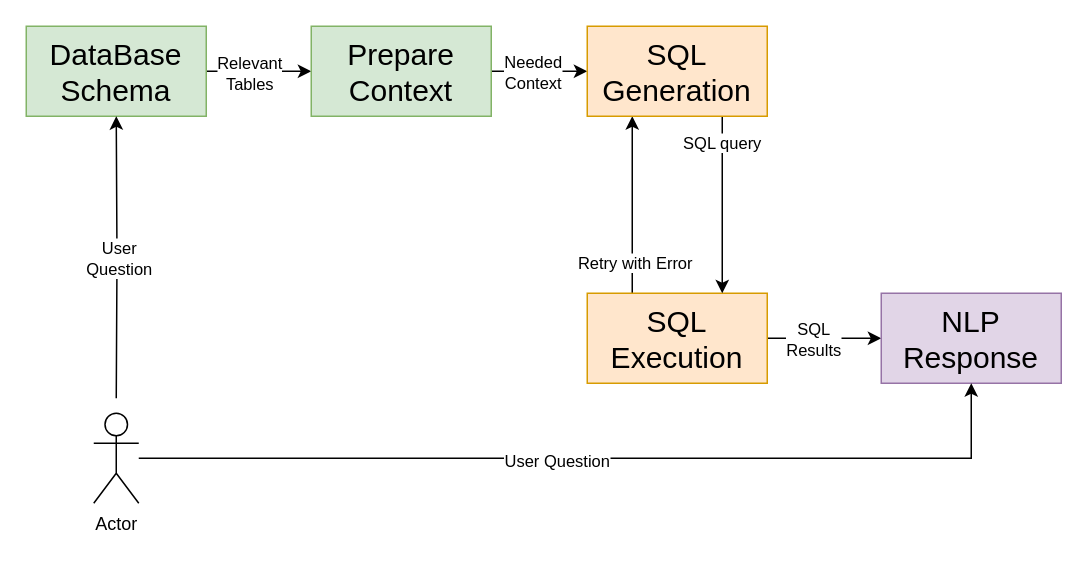
Earlier version of the draw.io diagram page "Page-1" (1 of 2) of design/Untitled Diagram.drawio (ramy-ibrahim-ahmed/Schema-Aware-SQL-Generation). Source tidied: cells renumbered, new cells numbered last; positions are measured from the earlier drawing's top-left corner, leaving out a move shared by most shapes. Both pictures are drawn from the tidied source at 150%, with x=0, y=0 at pixel (26, 26).
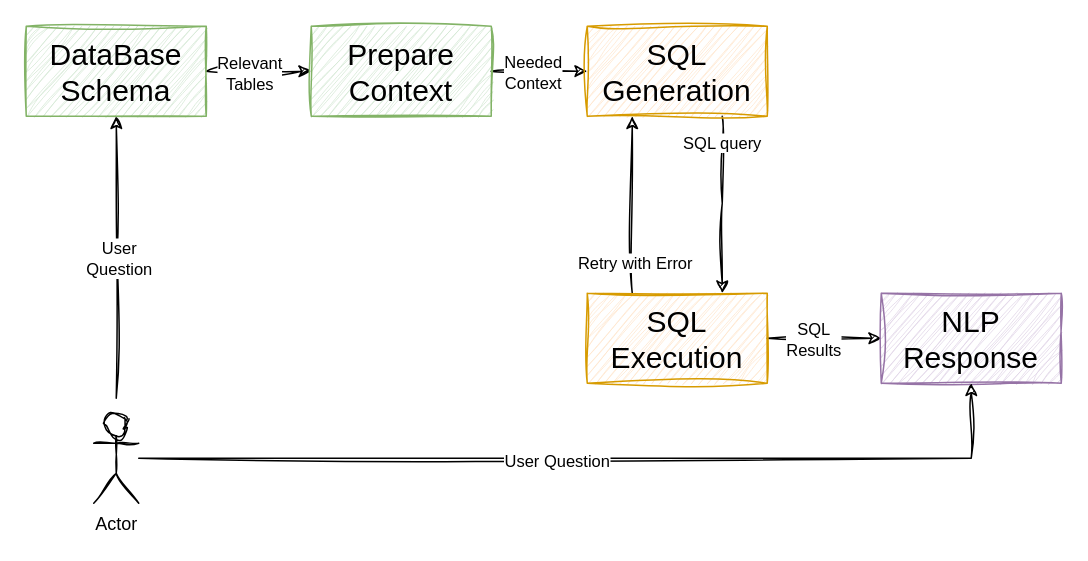
The same page after the edit.

Change to the diagram source:
```diff
@@
-    <mxCell id="2" style="edgeStyle=orthogonalEdgeStyle;rounded=0;jettySize=auto;html=1;exitX=1;exitY=0.5;exitDx=0;exitDy=0;entryX=0;entryY=0.5;entryDx=0;entryDy=0;" parent="1" edge="1" source="4" target="7">
+    <mxCell id="2" style="edgeStyle=orthogonalEdgeStyle;rounded=0;jettySize=auto;html=1;exitX=1;exitY=0.5;exitDx=0;exitDy=0;entryX=0;entryY=0.5;entryDx=0;entryDy=0;sketch=1;curveFitting=1;jiggle=2;" parent="1" edge="1" source="4" target="7">
       <mxGeometry relative="1" as="geometry">
         <Array as="points">
           <mxPoint x="150" y="30" />
           <mxPoint x="150" y="30" />
         </Array>
       </mxGeometry>
     </mxCell>
-    <mxCell id="3" value="Relevant&lt;div&gt;Tables&lt;/div&gt;" style="edgeLabel;html=1;align=center;verticalAlign=middle;" parent="2" vertex="1">
+    <mxCell id="3" value="Relevant&lt;div&gt;Tables&lt;/div&gt;" style="edgeLabel;html=1;align=center;verticalAlign=middle;sketch=1;curveFitting=1;jiggle=2;" parent="2" vertex="1">
       <mxGeometry x="-0.19" y="-1" relative="1" as="geometry" />
     </mxCell>
-    <mxCell id="4" value="&lt;font style=&quot;font-size: 20px;&quot;&gt;DataBase Schema&lt;/font&gt;" style="rounded=0;whiteSpace=wrap;html=1;fillColor=#d5e8d4;strokeColor=#82b366;" parent="1" vertex="1">
+    <mxCell id="4" value="&lt;font style=&quot;font-size: 20px;&quot;&gt;DataBase Schema&lt;/font&gt;" style="rounded=0;whiteSpace=wrap;html=1;fillColor=#d5e8d4;strokeColor=#82b366;sketch=1;curveFitting=1;jiggle=2;" parent="1" vertex="1">
       <mxGeometry width="120" height="60" as="geometry" />
     </mxCell>
-    <mxCell id="5" style="edgeStyle=orthogonalEdgeStyle;rounded=0;jettySize=auto;html=1;exitX=1;exitY=0.5;exitDx=0;exitDy=0;entryX=0;entryY=0.5;entryDx=0;entryDy=0;" parent="1" edge="1" source="7" target="15">
+    <mxCell id="5" style="edgeStyle=orthogonalEdgeStyle;rounded=0;jettySize=auto;html=1;exitX=1;exitY=0.5;exitDx=0;exitDy=0;entryX=0;entryY=0.5;entryDx=0;entryDy=0;sketch=1;curveFitting=1;jiggle=2;" parent="1" edge="1" source="7" target="15">
       <mxGeometry relative="1" as="geometry" />
     </mxCell>
-    <mxCell id="6" value="Needed&lt;div&gt;Context&lt;/div&gt;" style="edgeLabel;html=1;align=center;verticalAlign=middle;" parent="5" vertex="1">
+    <mxCell id="6" value="Needed&lt;div&gt;Context&lt;/div&gt;" style="edgeLabel;html=1;align=center;verticalAlign=middle;sketch=1;curveFitting=1;jiggle=2;" parent="5" vertex="1">
       <mxGeometry x="-0.17" relative="1" as="geometry" />
     </mxCell>
-    <mxCell id="7" value="&lt;font style=&quot;font-size: 20px;&quot;&gt;Prepare Context&lt;/font&gt;" style="rounded=0;whiteSpace=wrap;html=1;fillColor=#d5e8d4;strokeColor=#82b366;" parent="1" vertex="1">
+    <mxCell id="7" value="&lt;font style=&quot;font-size: 20px;&quot;&gt;Prepare Context&lt;/font&gt;" style="rounded=0;whiteSpace=wrap;html=1;fillColor=#d5e8d4;strokeColor=#82b366;sketch=1;curveFitting=1;jiggle=2;" parent="1" vertex="1">
       <mxGeometry x="190" width="120" height="60" as="geometry" />
     </mxCell>
-    <mxCell id="8" style="edgeStyle=orthogonalEdgeStyle;rounded=0;jettySize=auto;html=1;exitX=0.25;exitY=0;exitDx=0;exitDy=0;entryX=0.25;entryY=1;entryDx=0;entryDy=0;" parent="1" edge="1" source="12" target="15">
+    <mxCell id="8" style="edgeStyle=orthogonalEdgeStyle;rounded=0;jettySize=auto;html=1;exitX=0.25;exitY=0;exitDx=0;exitDy=0;entryX=0.25;entryY=1;entryDx=0;entryDy=0;sketch=1;curveFitting=1;jiggle=2;" parent="1" edge="1" source="12" target="15">
       <mxGeometry relative="1" as="geometry" />
     </mxCell>
-    <mxCell id="9" value="Retry with Error" style="edgeLabel;html=1;align=center;verticalAlign=middle;" parent="8" vertex="1">
+    <mxCell id="9" value="Retry with Error" style="edgeLabel;html=1;align=center;verticalAlign=middle;sketch=1;curveFitting=1;jiggle=2;" parent="8" vertex="1">
       <mxGeometry x="0.06" y="-1" relative="1" as="geometry">
         <mxPoint y="42" as="offset" />
       </mxGeometry>
     </mxCell>
-    <mxCell id="10" style="edgeStyle=orthogonalEdgeStyle;rounded=0;jettySize=auto;html=1;entryX=0;entryY=0.5;entryDx=0;entryDy=0;" parent="1" edge="1" source="12" target="16">
+    <mxCell id="10" style="edgeStyle=orthogonalEdgeStyle;rounded=0;jettySize=auto;html=1;entryX=0;entryY=0.5;entryDx=0;entryDy=0;sketch=1;curveFitting=1;jiggle=2;" parent="1" edge="1" source="12" target="16">
       <mxGeometry relative="1" as="geometry" />
     </mxCell>
-    <mxCell id="11" value="SQL&lt;div&gt;Results&lt;/div&gt;" style="edgeLabel;html=1;align=center;verticalAlign=middle;" parent="10" vertex="1">
+    <mxCell id="11" value="SQL&lt;div&gt;Results&lt;/div&gt;" style="edgeLabel;html=1;align=center;verticalAlign=middle;sketch=1;curveFitting=1;jiggle=2;" parent="10" vertex="1">
       <mxGeometry x="-0.2" relative="1" as="geometry" />
     </mxCell>
-    <mxCell id="12" value="&lt;span style=&quot;font-size: 20px;&quot;&gt;SQL Execution&lt;/span&gt;" style="rounded=0;whiteSpace=wrap;html=1;fillColor=#ffe6cc;strokeColor=#d79b00;" parent="1" vertex="1">
+    <mxCell id="12" value="&lt;span style=&quot;font-size: 20px;&quot;&gt;SQL Execution&lt;/span&gt;" style="rounded=0;whiteSpace=wrap;html=1;fillColor=#ffe6cc;strokeColor=#d79b00;sketch=1;curveFitting=1;jiggle=2;" parent="1" vertex="1">
       <mxGeometry x="374" y="178" width="120" height="60" as="geometry" />
     </mxCell>
-    <mxCell id="13" style="edgeStyle=orthogonalEdgeStyle;rounded=0;jettySize=auto;html=1;entryX=0.75;entryY=0;entryDx=0;entryDy=0;exitX=0.75;exitY=1;exitDx=0;exitDy=0;" parent="1" edge="1" source="15" target="12">
+    <mxCell id="13" style="edgeStyle=orthogonalEdgeStyle;rounded=0;jettySize=auto;html=1;entryX=0.75;entryY=0;entryDx=0;entryDy=0;exitX=0.75;exitY=1;exitDx=0;exitDy=0;sketch=1;curveFitting=1;jiggle=2;" parent="1" edge="1" source="15" target="12">
       <mxGeometry relative="1" as="geometry">
         <Array as="points">
           <mxPoint x="464" y="118" />
           <mxPoint x="464" y="118" />
         </Array>
       </mxGeometry>
     </mxCell>
-    <mxCell id="14" value="SQL query" style="edgeLabel;html=1;align=center;verticalAlign=middle;" parent="13" vertex="1">
+    <mxCell id="14" value="SQL query" style="edgeLabel;html=1;align=center;verticalAlign=middle;sketch=1;curveFitting=1;jiggle=2;" parent="13" vertex="1">
       <mxGeometry x="-0.62" y="-1" relative="1" as="geometry">
         <mxPoint y="-5" as="offset" />
       </mxGeometry>
     </mxCell>
-    <mxCell id="15" value="&lt;font style=&quot;font-size: 20px;&quot;&gt;SQL Generation&lt;/font&gt;" style="rounded=0;whiteSpace=wrap;html=1;fillColor=#ffe6cc;strokeColor=#d79b00;" parent="1" vertex="1">
+    <mxCell id="15" value="&lt;font style=&quot;font-size: 20px;&quot;&gt;SQL Generation&lt;/font&gt;" style="rounded=0;whiteSpace=wrap;html=1;fillColor=#ffe6cc;strokeColor=#d79b00;sketch=1;curveFitting=1;jiggle=2;" parent="1" vertex="1">
       <mxGeometry x="374" width="120" height="60" as="geometry" />
     </mxCell>
-    <mxCell id="16" value="&lt;font style=&quot;font-size: 20px;&quot;&gt;NLP Response&lt;/font&gt;" style="rounded=0;whiteSpace=wrap;html=1;fillColor=#e1d5e7;strokeColor=#9673a6;" parent="1" vertex="1">
+    <mxCell id="16" value="&lt;font style=&quot;font-size: 20px;&quot;&gt;NLP Response&lt;/font&gt;" style="rounded=0;whiteSpace=wrap;html=1;fillColor=#e1d5e7;strokeColor=#9673a6;sketch=1;curveFitting=1;jiggle=2;" parent="1" vertex="1">
       <mxGeometry x="570" y="178" width="120" height="60" as="geometry" />
     </mxCell>
-    <mxCell id="17" style="edgeStyle=orthogonalEdgeStyle;rounded=0;jettySize=auto;html=1;entryX=0.5;entryY=1;entryDx=0;entryDy=0;" parent="1" edge="1" target="4">
+    <mxCell id="17" style="edgeStyle=orthogonalEdgeStyle;rounded=0;jettySize=auto;html=1;entryX=0.5;entryY=1;entryDx=0;entryDy=0;sketch=1;curveFitting=1;jiggle=2;" parent="1" edge="1" target="4">
       <mxGeometry relative="1" as="geometry">
         <mxPoint x="60" y="248" as="sourcePoint" />
       </mxGeometry>
     </mxCell>
-    <mxCell id="18" value="User&lt;div&gt;Question&lt;/div&gt;" style="edgeLabel;html=1;align=center;verticalAlign=middle;" parent="17" vertex="1">
+    <mxCell id="18" value="User&lt;div&gt;Question&lt;/div&gt;" style="edgeLabel;html=1;align=center;verticalAlign=middle;sketch=1;curveFitting=1;jiggle=2;" parent="17" vertex="1">
       <mxGeometry y="-1" relative="1" as="geometry">
         <mxPoint x="1" y="1" as="offset" />
       </mxGeometry>
     </mxCell>
-    <mxCell id="19" style="edgeStyle=orthogonalEdgeStyle;rounded=0;jettySize=auto;html=1;entryX=0.5;entryY=1;entryDx=0;entryDy=0;" parent="1" edge="1" source="21" target="16">
+    <mxCell id="19" style="edgeStyle=orthogonalEdgeStyle;rounded=0;jettySize=auto;html=1;entryX=0.5;entryY=1;entryDx=0;entryDy=0;sketch=1;curveFitting=1;jiggle=2;" parent="1" edge="1" source="21" target="16">
       <mxGeometry relative="1" as="geometry" />
     </mxCell>
-    <mxCell id="20" value="User Question" style="edgeLabel;html=1;align=center;verticalAlign=middle;" parent="19" vertex="1">
+    <mxCell id="20" value="User Question" style="edgeLabel;html=1;align=center;verticalAlign=middle;sketch=1;curveFitting=1;jiggle=2;" parent="19" vertex="1">
       <mxGeometry x="-0.08" y="-1" relative="1" as="geometry" />
     </mxCell>
-    <mxCell id="21" value="Actor" style="shape=umlActor;verticalLabelPosition=bottom;verticalAlign=top;html=1;outlineConnect=0;" parent="1" vertex="1">
+    <mxCell id="21" value="Actor" style="shape=umlActor;verticalLabelPosition=bottom;verticalAlign=top;html=1;outlineConnect=0;sketch=1;curveFitting=1;jiggle=2;" parent="1" vertex="1">
       <mxGeometry x="45" y="258" width="30" height="60" as="geometry" />
     </mxCell>
```
